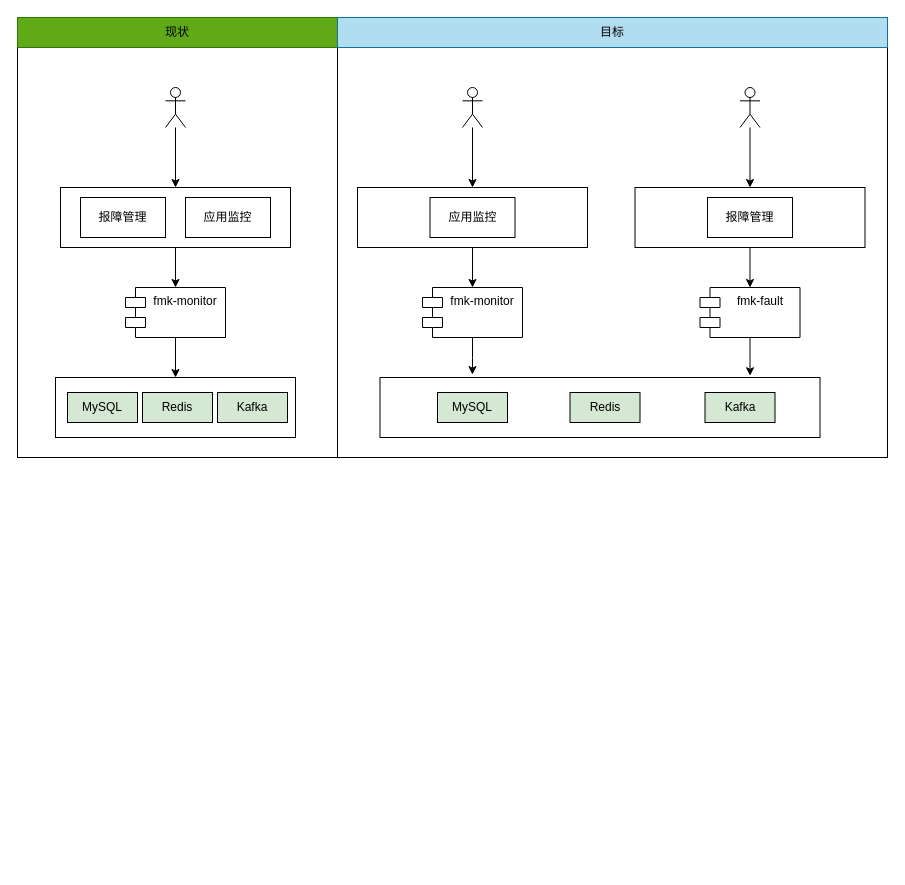
Earlier version of the draw.io diagram 报障管理独立架构.drawio (DongRuihua/draw). Source tidied: cells renumbered, new cells numbered last; positions are measured from the earlier drawing's top-left corner, leaving out a move shared by most shapes. Both pictures are drawn from the tidied source at 100%, with x=0, y=0 at pixel (17, 17).
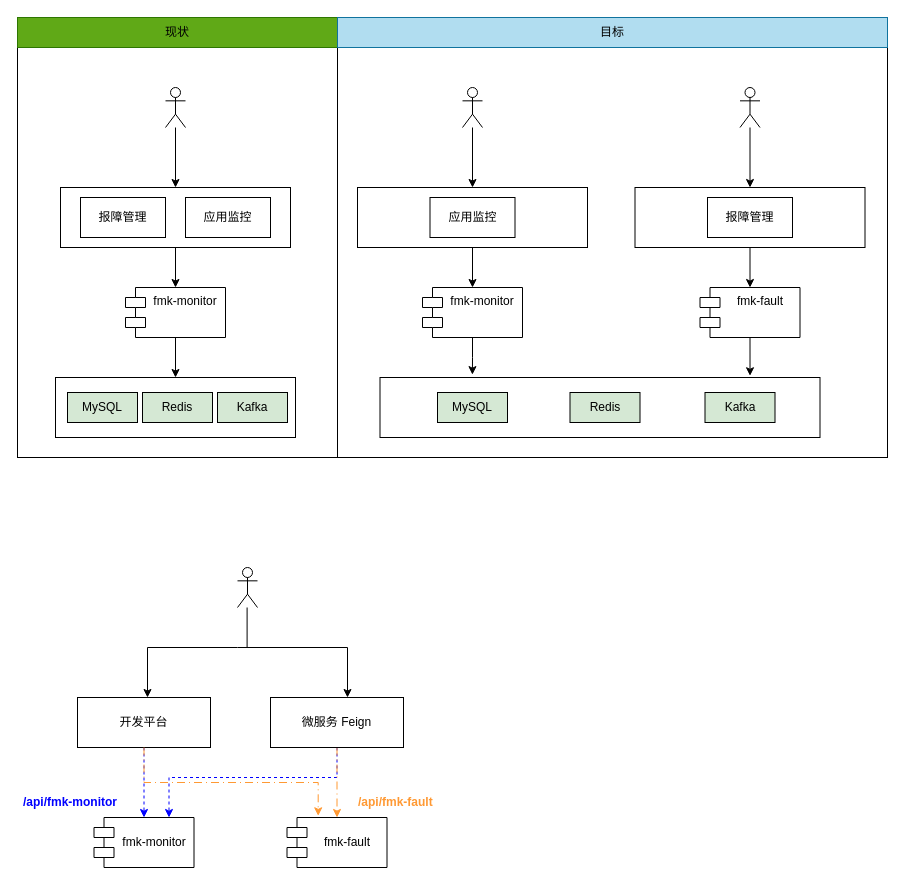
The same diagram, later.

Commit message:
更新报障管理独立架构.drawio

What changed in the source:
```diff
@@
+    <mxCell id="37" style="rounded=0;whiteSpace=wrap;html=1;fillColor=none;" parent="1" vertex="1">
+      <mxGeometry x="320" width="550" height="440" as="geometry" />
+    </mxCell>
@@
-    <mxCell id="37" style="rounded=0;whiteSpace=wrap;html=1;fillColor=none;" parent="1" vertex="1">
-      <mxGeometry x="320" width="550" height="440" as="geometry" />
-    </mxCell>
@@
+    <mxCell id="39" style="group;" parent="1" vertex="1">
+      <mxGeometry y="550" width="435" height="300" as="geometry" />
+    </mxCell>
+    <mxCell id="40" style="shape=umlActor;verticalLabelPosition=bottom;verticalAlign=top;html=1;" parent="39" vertex="1">
+      <mxGeometry x="220" width="20" height="40" as="geometry" />
+    </mxCell>
+    <mxCell id="41" style="edgeStyle=orthogonalEdgeStyle;rounded=0;jettySize=auto;html=1;entryX=0.5;entryY=0;entryDx=0;entryDy=0;dashed=1;strokeColor=#0000FF;" parent="39" edge="1" source="42" target="43">
+      <mxGeometry relative="1" as="geometry" />
+    </mxCell>
+    <mxCell id="42" value="开发平台" style="whiteSpace=wrap;html=1;verticalAlign=middle;" parent="39" vertex="1">
+      <mxGeometry x="60" y="130" width="133" height="50" as="geometry" />
+    </mxCell>
+    <mxCell id="43" value="fmk-monitor" style="shape=module;align=left;spacingLeft=20;align=center;verticalAlign=middle;whiteSpace=wrap;html=1;" parent="39" vertex="1">
+      <mxGeometry x="76.5" y="250" width="100" height="50" as="geometry" />
+    </mxCell>
+    <mxCell id="44" value="fmk-fault" style="shape=module;align=left;spacingLeft=20;align=center;verticalAlign=middle;whiteSpace=wrap;html=1;" parent="39" vertex="1">
+      <mxGeometry x="269.5" y="250" width="100" height="50" as="geometry" />
+    </mxCell>
+    <mxCell id="45" style="edgeStyle=orthogonalEdgeStyle;rounded=0;jettySize=auto;html=1;entryX=0.75;entryY=0;entryDx=0;entryDy=0;dashed=1;strokeColor=#0000FF;" parent="39" edge="1" source="47" target="43">
+      <mxGeometry relative="1" as="geometry">
+        <Array as="points">
+          <mxPoint x="320" y="210" />
+          <mxPoint x="152" y="210" />
+        </Array>
+      </mxGeometry>
+    </mxCell>
+    <mxCell id="46" style="edgeStyle=orthogonalEdgeStyle;rounded=0;jettySize=auto;html=1;entryX=0.5;entryY=0;entryDx=0;entryDy=0;dashed=1;dashPattern=8 4 1 4;strokeColor=#FF9933;" parent="39" edge="1" source="47" target="44">
+      <mxGeometry relative="1" as="geometry" />
+    </mxCell>
+    <mxCell id="47" value="微服务 Feign" style="whiteSpace=wrap;html=1;verticalAlign=middle;" parent="39" vertex="1">
+      <mxGeometry x="253" y="130" width="133" height="50" as="geometry" />
+    </mxCell>
+    <mxCell id="48" value="&lt;font style=&quot;color: rgb(0, 0, 255);&quot;&gt;&lt;b&gt;/api/fmk-monitor&lt;/b&gt;&lt;/font&gt;" style="text;strokeColor=none;fillColor=none;align=left;verticalAlign=middle;spacingLeft=4;spacingRight=4;overflow=hidden;whiteSpace=wrap;html=1;" parent="39" vertex="1">
+      <mxGeometry y="220" width="120" height="30" as="geometry" />
+    </mxCell>
+    <mxCell id="49" style="edgeStyle=orthogonalEdgeStyle;rounded=0;jettySize=auto;html=1;exitX=0.5;exitY=1;exitDx=0;exitDy=0;entryX=0.312;entryY=-0.034;entryDx=0;entryDy=0;entryPerimeter=0;dashed=1;dashPattern=8 4 1 4;strokeColor=#FF9933;" parent="39" edge="1" source="42" target="44">
+      <mxGeometry relative="1" as="geometry" />
+    </mxCell>
+    <mxCell id="50" value="&lt;font style=&quot;color: rgb(255, 153, 51);&quot;&gt;&lt;b&gt;/api/fmk-fault&lt;/b&gt;&lt;/font&gt;" style="text;strokeColor=none;fillColor=none;align=left;verticalAlign=middle;spacingLeft=4;spacingRight=4;overflow=hidden;whiteSpace=wrap;html=1;" parent="39" vertex="1">
+      <mxGeometry x="335" y="220" width="100" height="30" as="geometry" />
+    </mxCell>
+    <mxCell id="51" style="endArrow=none;html=1;rounded=0;" parent="39" edge="1">
+      <mxGeometry relative="1" as="geometry">
+        <mxPoint x="229.6" y="80" as="sourcePoint" />
+        <mxPoint x="229.6" y="40" as="targetPoint" />
+      </mxGeometry>
+    </mxCell>
+    <mxCell id="52" style="endArrow=none;html=1;rounded=0;" parent="39" edge="1">
+      <mxGeometry relative="1" as="geometry">
+        <mxPoint x="220" y="80" as="sourcePoint" />
+        <mxPoint x="330" y="80" as="targetPoint" />
+      </mxGeometry>
+    </mxCell>
+    <mxCell id="53" style="endArrow=classic;html=1;rounded=0;" parent="39" edge="1">
+      <mxGeometry relative="1" as="geometry">
+        <mxPoint x="330" y="80" as="sourcePoint" />
+        <mxPoint x="330" y="130" as="targetPoint" />
+      </mxGeometry>
+    </mxCell>
+    <mxCell id="54" style="endArrow=none;html=1;rounded=0;" parent="39" edge="1">
+      <mxGeometry relative="1" as="geometry">
+        <mxPoint x="130" y="80" as="sourcePoint" />
+        <mxPoint x="220" y="80" as="targetPoint" />
+      </mxGeometry>
+    </mxCell>
+    <mxCell id="55" style="endArrow=classic;html=1;rounded=0;" parent="39" edge="1">
+      <mxGeometry relative="1" as="geometry">
+        <mxPoint x="130" y="80" as="sourcePoint" />
+        <mxPoint x="130" y="130" as="targetPoint" />
+      </mxGeometry>
+    </mxCell>
```
